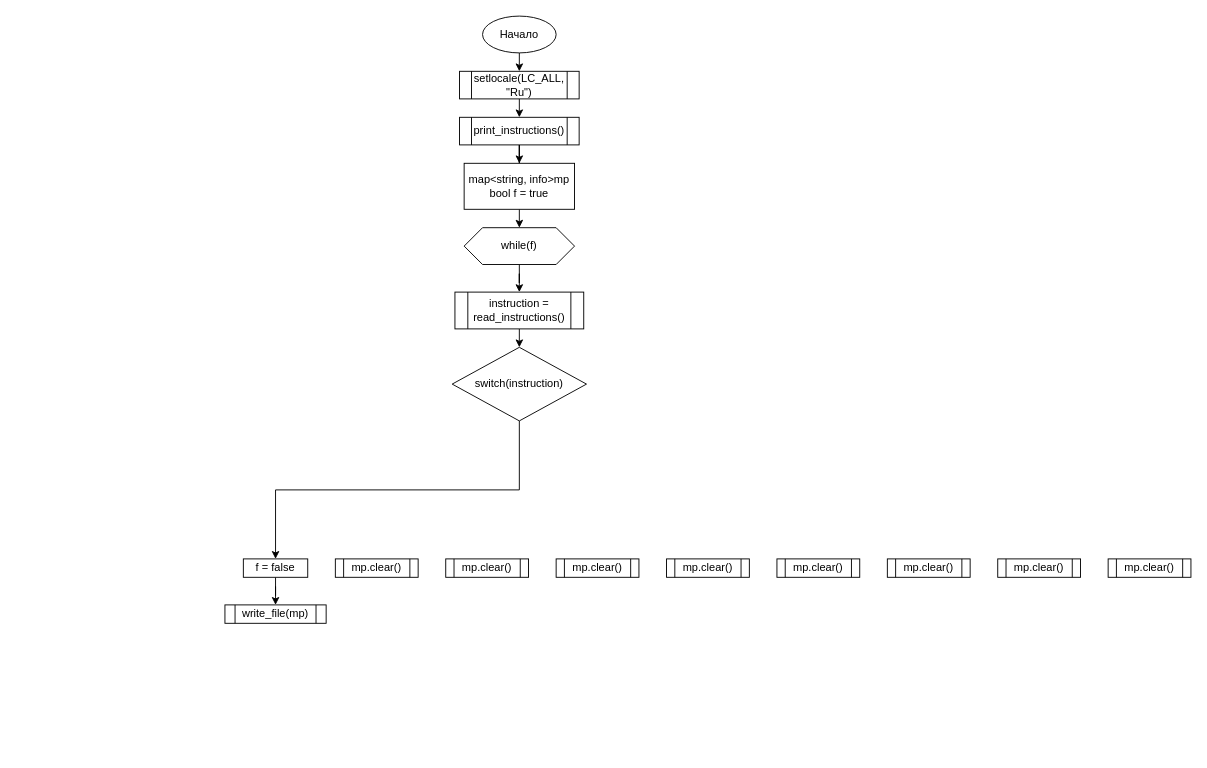
This is Algo_dann_2_curs/Kursovaya/Kursovaya_main.drawio from Idontlikeni/Uni_docs, a draw.io file, before an edit. Source tidied: cells renumbered, new cells numbered last; positions are measured from the earlier drawing's top-left corner, leaving out a move shared by most shapes. Both pictures are drawn from the tidied source at 92%, with x=0, y=0 at pixel (224, 16).
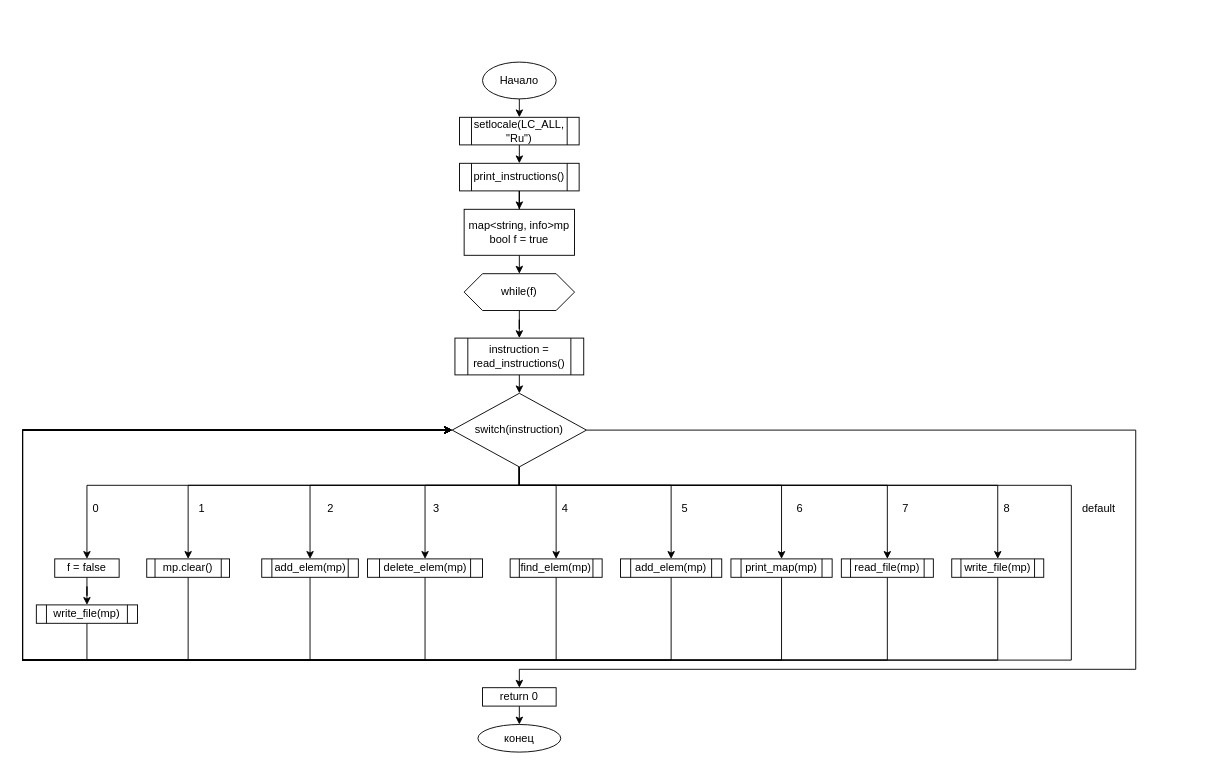
The same page after the edit.

Diff of the diagram source:
```diff
@@
     <mxCell id="3" value="Начало" style="ellipse;whiteSpace=wrap;html=1;" parent="1" vertex="1">
-      <mxGeometry x="280" width="80" height="40" as="geometry" />
+      <mxGeometry x="280" y="50" width="80" height="40" as="geometry" />
     </mxCell>
@@
     <mxCell id="5" value="setlocale(LC_ALL, &quot;Ru&quot;)" style="shape=process;whiteSpace=wrap;html=1;backgroundOutline=1;" parent="1" vertex="1">
-      <mxGeometry x="255" y="60" width="130" height="30" as="geometry" />
+      <mxGeometry x="255" y="110" width="130" height="30" as="geometry" />
     </mxCell>
@@
     <mxCell id="7" value="print_instructions()" style="shape=process;whiteSpace=wrap;html=1;backgroundOutline=1;" parent="1" vertex="1">
-      <mxGeometry x="255" y="110" width="130" height="30" as="geometry" />
+      <mxGeometry x="255" y="160" width="130" height="30" as="geometry" />
     </mxCell>
@@
     <mxCell id="9" value="map&amp;lt;string, info&amp;gt;mp&lt;div&gt;bool f = true&lt;/div&gt;" style="whiteSpace=wrap;html=1;" parent="1" vertex="1">
-      <mxGeometry x="260" y="160" width="120" height="50" as="geometry" />
+      <mxGeometry x="260" y="210" width="120" height="50" as="geometry" />
     </mxCell>
@@
     <mxCell id="11" value="while(f)" style="shape=hexagon;perimeter=hexagonPerimeter2;whiteSpace=wrap;html=1;fixedSize=1;" parent="1" vertex="1">
-      <mxGeometry x="260" y="230" width="120" height="40" as="geometry" />
+      <mxGeometry x="260" y="280" width="120" height="40" as="geometry" />
     </mxCell>
@@
     <mxCell id="13" value="instruction = read_instructions()" style="shape=process;whiteSpace=wrap;html=1;backgroundOutline=1;" parent="1" vertex="1">
-      <mxGeometry x="250" y="300" width="140" height="40" as="geometry" />
+      <mxGeometry x="250" y="350" width="140" height="40" as="geometry" />
     </mxCell>
     <mxCell id="14" style="edgeStyle=orthogonalEdgeStyle;rounded=0;jettySize=auto;html=1;exitX=0.5;exitY=1;exitDx=0;exitDy=0;entryX=0.5;entryY=0;entryDx=0;entryDy=0;" parent="1" edge="1" source="15" target="17">
-      <mxGeometry relative="1" as="geometry" />
+      <mxGeometry relative="1" as="geometry">
+        <Array as="points">
+          <mxPoint x="320" y="510" />
+          <mxPoint x="-150" y="510" />
+        </Array>
+      </mxGeometry>
     </mxCell>
+    <mxCell id="27" style="edgeStyle=orthogonalEdgeStyle;rounded=0;jettySize=auto;html=1;exitX=0.5;exitY=1;exitDx=0;exitDy=0;entryX=0.5;entryY=0;entryDx=0;entryDy=0;" parent="1" edge="1" source="15" target="19">
+      <mxGeometry relative="1" as="geometry">
+        <Array as="points">
+          <mxPoint x="320" y="510" />
+          <mxPoint x="-40" y="510" />
+        </Array>
+      </mxGeometry>
+    </mxCell>
+    <mxCell id="28" style="edgeStyle=orthogonalEdgeStyle;rounded=0;jettySize=auto;html=1;exitX=0.5;exitY=1;exitDx=0;exitDy=0;entryX=0.5;entryY=0;entryDx=0;entryDy=0;" parent="1" edge="1" source="15" target="20">
+      <mxGeometry relative="1" as="geometry">
+        <Array as="points">
+          <mxPoint x="320" y="510" />
+          <mxPoint x="93" y="510" />
+        </Array>
+      </mxGeometry>
+    </mxCell>
+    <mxCell id="29" style="edgeStyle=orthogonalEdgeStyle;rounded=0;jettySize=auto;html=1;exitX=0.5;exitY=1;exitDx=0;exitDy=0;entryX=0.5;entryY=0;entryDx=0;entryDy=0;" parent="1" edge="1" source="15" target="21">
+      <mxGeometry relative="1" as="geometry">
+        <Array as="points">
+          <mxPoint x="320" y="510" />
+          <mxPoint x="218" y="510" />
+        </Array>
+      </mxGeometry>
+    </mxCell>
+    <mxCell id="30" style="edgeStyle=orthogonalEdgeStyle;rounded=0;jettySize=auto;html=1;exitX=0.5;exitY=1;exitDx=0;exitDy=0;entryX=0.5;entryY=0;entryDx=0;entryDy=0;" parent="1" edge="1" source="15" target="22">
+      <mxGeometry relative="1" as="geometry">
+        <Array as="points">
+          <mxPoint x="320" y="510" />
+          <mxPoint x="360" y="510" />
+        </Array>
+      </mxGeometry>
+    </mxCell>
+    <mxCell id="31" style="edgeStyle=orthogonalEdgeStyle;rounded=0;jettySize=auto;html=1;exitX=0.5;exitY=1;exitDx=0;exitDy=0;entryX=0.5;entryY=0;entryDx=0;entryDy=0;" parent="1" edge="1" source="15" target="23">
+      <mxGeometry relative="1" as="geometry">
+        <Array as="points">
+          <mxPoint x="320" y="510" />
+          <mxPoint x="485" y="510" />
+        </Array>
+      </mxGeometry>
+    </mxCell>
+    <mxCell id="32" style="edgeStyle=orthogonalEdgeStyle;rounded=0;jettySize=auto;html=1;exitX=0.5;exitY=1;exitDx=0;exitDy=0;entryX=0.5;entryY=0;entryDx=0;entryDy=0;" parent="1" edge="1" source="15" target="24">
+      <mxGeometry relative="1" as="geometry">
+        <Array as="points">
+          <mxPoint x="320" y="510" />
+          <mxPoint x="605" y="510" />
+        </Array>
+      </mxGeometry>
+    </mxCell>
+    <mxCell id="33" style="edgeStyle=orthogonalEdgeStyle;rounded=0;jettySize=auto;html=1;exitX=0.5;exitY=1;exitDx=0;exitDy=0;entryX=0.5;entryY=0;entryDx=0;entryDy=0;" parent="1" edge="1" source="15" target="25">
+      <mxGeometry relative="1" as="geometry">
+        <Array as="points">
+          <mxPoint x="320" y="510" />
+          <mxPoint x="720" y="510" />
+        </Array>
+      </mxGeometry>
+    </mxCell>
+    <mxCell id="34" style="edgeStyle=orthogonalEdgeStyle;rounded=0;jettySize=auto;html=1;exitX=0.5;exitY=1;exitDx=0;exitDy=0;entryX=0.5;entryY=0;entryDx=0;entryDy=0;" parent="1" edge="1" source="15" target="26">
+      <mxGeometry relative="1" as="geometry">
+        <Array as="points">
+          <mxPoint x="320" y="510" />
+          <mxPoint x="840" y="510" />
+        </Array>
+      </mxGeometry>
+    </mxCell>
+    <mxCell id="35" style="edgeStyle=orthogonalEdgeStyle;rounded=0;jettySize=auto;html=1;exitX=1;exitY=0.5;exitDx=0;exitDy=0;entryX=0.5;entryY=0;entryDx=0;entryDy=0;" parent="1" edge="1" source="15" target="57">
+      <mxGeometry relative="1" as="geometry">
+        <Array as="points">
+          <mxPoint x="990" y="450" />
+          <mxPoint x="990" y="710" />
+          <mxPoint x="320" y="710" />
+        </Array>
+      </mxGeometry>
+    </mxCell>
     <mxCell id="15" value="switch(instruction)" style="rhombus;whiteSpace=wrap;html=1;" parent="1" vertex="1">
-      <mxGeometry x="247" y="360" width="146" height="80" as="geometry" />
+      <mxGeometry x="247" y="410" width="146" height="80" as="geometry" />
     </mxCell>
@@
     <mxCell id="17" value="f = false" style="whiteSpace=wrap;html=1;" parent="1" vertex="1">
-      <mxGeometry x="20" y="590" width="70" height="20" as="geometry" />
+      <mxGeometry x="-185" y="590" width="70" height="20" as="geometry" />
     </mxCell>
+    <mxCell id="36" style="edgeStyle=orthogonalEdgeStyle;rounded=0;jettySize=auto;html=1;exitX=0.5;exitY=1;exitDx=0;exitDy=0;entryX=0;entryY=0.5;entryDx=0;entryDy=0;" parent="1" edge="1" source="18" target="15">
+      <mxGeometry relative="1" as="geometry">
+        <Array as="points">
+          <mxPoint x="-150" y="700" />
+          <mxPoint x="-220" y="700" />
+          <mxPoint x="-220" y="450" />
+        </Array>
+      </mxGeometry>
+    </mxCell>
     <mxCell id="18" value="write_file(mp)" style="shape=process;whiteSpace=wrap;html=1;backgroundOutline=1;" parent="1" vertex="1">
-      <mxGeometry y="640" width="110" height="20" as="geometry" />
+      <mxGeometry x="-205" y="640" width="110" height="20" as="geometry" />
     </mxCell>
+    <mxCell id="37" style="edgeStyle=orthogonalEdgeStyle;rounded=0;jettySize=auto;html=1;exitX=0.5;exitY=1;exitDx=0;exitDy=0;entryX=0;entryY=0.5;entryDx=0;entryDy=0;" parent="1" edge="1" source="19" target="15">
+      <mxGeometry relative="1" as="geometry">
+        <Array as="points">
+          <mxPoint x="-40" y="700" />
+          <mxPoint x="-220" y="700" />
+          <mxPoint x="-220" y="450" />
+        </Array>
+      </mxGeometry>
+    </mxCell>
     <mxCell id="19" value="mp.clear()" style="shape=process;whiteSpace=wrap;html=1;backgroundOutline=1;" parent="1" vertex="1">
-      <mxGeometry x="120" y="590" width="90" height="20" as="geometry" />
+      <mxGeometry x="-85" y="590" width="90" height="20" as="geometry" />
     </mxCell>
+    <mxCell id="38" style="edgeStyle=orthogonalEdgeStyle;rounded=0;jettySize=auto;html=1;exitX=0.5;exitY=1;exitDx=0;exitDy=0;entryX=0;entryY=0.5;entryDx=0;entryDy=0;" parent="1" edge="1" source="20" target="15">
+      <mxGeometry relative="1" as="geometry">
+        <Array as="points">
+          <mxPoint x="92" y="700" />
+          <mxPoint x="-220" y="700" />
+          <mxPoint x="-220" y="450" />
+        </Array>
+      </mxGeometry>
+    </mxCell>
-    <mxCell id="20" value="mp.clear()" style="shape=process;whiteSpace=wrap;html=1;backgroundOutline=1;" parent="1" vertex="1">
-      <mxGeometry x="240" y="590" width="90" height="20" as="geometry" />
+    <mxCell id="20" value="add_elem(mp)" style="shape=process;whiteSpace=wrap;html=1;backgroundOutline=1;" parent="1" vertex="1">
+      <mxGeometry x="40" y="590" width="105" height="20" as="geometry" />
     </mxCell>
+    <mxCell id="39" style="edgeStyle=orthogonalEdgeStyle;rounded=0;jettySize=auto;html=1;exitX=0.5;exitY=1;exitDx=0;exitDy=0;entryX=0;entryY=0.5;entryDx=0;entryDy=0;" parent="1" edge="1" source="21" target="15">
+      <mxGeometry relative="1" as="geometry">
+        <Array as="points">
+          <mxPoint x="218" y="700" />
+          <mxPoint x="-220" y="700" />
+          <mxPoint x="-220" y="450" />
+        </Array>
+      </mxGeometry>
+    </mxCell>
-    <mxCell id="21" value="mp.clear()" style="shape=process;whiteSpace=wrap;html=1;backgroundOutline=1;" parent="1" vertex="1">
-      <mxGeometry x="360" y="590" width="90" height="20" as="geometry" />
+    <mxCell id="21" value="delete_elem(mp)" style="shape=process;whiteSpace=wrap;html=1;backgroundOutline=1;" parent="1" vertex="1">
+      <mxGeometry x="155" y="590" width="125" height="20" as="geometry" />
     </mxCell>
+    <mxCell id="40" style="edgeStyle=orthogonalEdgeStyle;rounded=0;jettySize=auto;html=1;exitX=0.5;exitY=1;exitDx=0;exitDy=0;entryX=0;entryY=0.5;entryDx=0;entryDy=0;" parent="1" edge="1" source="22" target="15">
+      <mxGeometry relative="1" as="geometry">
+        <Array as="points">
+          <mxPoint x="360" y="700" />
+          <mxPoint x="-220" y="700" />
+          <mxPoint x="-220" y="450" />
+        </Array>
+      </mxGeometry>
+    </mxCell>
-    <mxCell id="22" value="mp.clear()" style="shape=process;whiteSpace=wrap;html=1;backgroundOutline=1;" parent="1" vertex="1">
-      <mxGeometry x="480" y="590" width="90" height="20" as="geometry" />
+    <mxCell id="22" value="find_elem(mp)" style="shape=process;whiteSpace=wrap;html=1;backgroundOutline=1;" parent="1" vertex="1">
+      <mxGeometry x="310" y="590" width="100" height="20" as="geometry" />
     </mxCell>
+    <mxCell id="41" style="edgeStyle=orthogonalEdgeStyle;rounded=0;jettySize=auto;html=1;exitX=0.5;exitY=1;exitDx=0;exitDy=0;entryX=0;entryY=0.5;entryDx=0;entryDy=0;" parent="1" edge="1" source="23" target="15">
+      <mxGeometry relative="1" as="geometry">
+        <Array as="points">
+          <mxPoint x="485" y="700" />
+          <mxPoint x="-220" y="700" />
+          <mxPoint x="-220" y="450" />
+        </Array>
+      </mxGeometry>
+    </mxCell>
-    <mxCell id="23" value="mp.clear()" style="shape=process;whiteSpace=wrap;html=1;backgroundOutline=1;" parent="1" vertex="1">
-      <mxGeometry x="600" y="590" width="90" height="20" as="geometry" />
+    <mxCell id="23" value="add_elem(mp)" style="shape=process;whiteSpace=wrap;html=1;backgroundOutline=1;" parent="1" vertex="1">
+      <mxGeometry x="430" y="590" width="110" height="20" as="geometry" />
     </mxCell>
+    <mxCell id="42" style="edgeStyle=orthogonalEdgeStyle;rounded=0;jettySize=auto;html=1;exitX=0.5;exitY=1;exitDx=0;exitDy=0;entryX=0;entryY=0.5;entryDx=0;entryDy=0;" parent="1" edge="1" source="24" target="15">
+      <mxGeometry relative="1" as="geometry">
+        <Array as="points">
+          <mxPoint x="605" y="700" />
+          <mxPoint x="-220" y="700" />
+          <mxPoint x="-220" y="450" />
+        </Array>
+      </mxGeometry>
+    </mxCell>
-    <mxCell id="24" value="mp.clear()" style="shape=process;whiteSpace=wrap;html=1;backgroundOutline=1;" parent="1" vertex="1">
-      <mxGeometry x="720" y="590" width="90" height="20" as="geometry" />
+    <mxCell id="24" value="print_map(mp)" style="shape=process;whiteSpace=wrap;html=1;backgroundOutline=1;" parent="1" vertex="1">
+      <mxGeometry x="550" y="590" width="110" height="20" as="geometry" />
     </mxCell>
+    <mxCell id="43" style="edgeStyle=orthogonalEdgeStyle;rounded=0;jettySize=auto;html=1;exitX=0.5;exitY=1;exitDx=0;exitDy=0;entryX=0;entryY=0.5;entryDx=0;entryDy=0;" parent="1" edge="1" source="25" target="15">
+      <mxGeometry relative="1" as="geometry">
+        <Array as="points">
+          <mxPoint x="720" y="700" />
+          <mxPoint x="-220" y="700" />
+          <mxPoint x="-220" y="450" />
+        </Array>
+      </mxGeometry>
+    </mxCell>
-    <mxCell id="25" value="mp.clear()" style="shape=process;whiteSpace=wrap;html=1;backgroundOutline=1;" parent="1" vertex="1">
-      <mxGeometry x="840" y="590" width="90" height="20" as="geometry" />
+    <mxCell id="25" value="read_file(mp)" style="shape=process;whiteSpace=wrap;html=1;backgroundOutline=1;" parent="1" vertex="1">
+      <mxGeometry x="670" y="590" width="100" height="20" as="geometry" />
     </mxCell>
+    <mxCell id="44" style="edgeStyle=orthogonalEdgeStyle;rounded=0;jettySize=auto;html=1;exitX=0.5;exitY=1;exitDx=0;exitDy=0;entryX=0;entryY=0.5;entryDx=0;entryDy=0;" parent="1" edge="1" source="26" target="15">
+      <mxGeometry relative="1" as="geometry">
+        <Array as="points">
+          <mxPoint x="840" y="700" />
+          <mxPoint x="-220" y="700" />
+          <mxPoint x="-220" y="450" />
+        </Array>
+      </mxGeometry>
+    </mxCell>
-    <mxCell id="26" value="mp.clear()" style="shape=process;whiteSpace=wrap;html=1;backgroundOutline=1;" parent="1" vertex="1">
-      <mxGeometry x="960" y="590" width="90" height="20" as="geometry" />
+    <mxCell id="26" value="write_file(mp)" style="shape=process;whiteSpace=wrap;html=1;backgroundOutline=1;" parent="1" vertex="1">
+      <mxGeometry x="790" y="590" width="100" height="20" as="geometry" />
     </mxCell>
+    <mxCell id="45" value="0" style="text;html=1;align=center;verticalAlign=middle;whiteSpace=wrap;rounded=0;" parent="1" vertex="1">
+      <mxGeometry x="-170" y="520" width="60" height="30" as="geometry" />
+    </mxCell>
+    <mxCell id="46" value="1" style="text;html=1;align=center;verticalAlign=middle;whiteSpace=wrap;rounded=0;" parent="1" vertex="1">
+      <mxGeometry x="-55" y="520" width="60" height="30" as="geometry" />
+    </mxCell>
+    <mxCell id="47" value="2" style="text;html=1;align=center;verticalAlign=middle;whiteSpace=wrap;rounded=0;" parent="1" vertex="1">
+      <mxGeometry x="85" y="520" width="60" height="30" as="geometry" />
+    </mxCell>
+    <mxCell id="48" value="3" style="text;html=1;align=center;verticalAlign=middle;whiteSpace=wrap;rounded=0;" parent="1" vertex="1">
+      <mxGeometry x="200" y="520" width="60" height="30" as="geometry" />
+    </mxCell>
+    <mxCell id="49" value="4" style="text;html=1;align=center;verticalAlign=middle;whiteSpace=wrap;rounded=0;" parent="1" vertex="1">
+      <mxGeometry x="340" y="520" width="60" height="30" as="geometry" />
+    </mxCell>
+    <mxCell id="50" value="5" style="text;html=1;align=center;verticalAlign=middle;whiteSpace=wrap;rounded=0;" parent="1" vertex="1">
+      <mxGeometry x="470" y="520" width="60" height="30" as="geometry" />
+    </mxCell>
+    <mxCell id="51" value="6" style="text;html=1;align=center;verticalAlign=middle;whiteSpace=wrap;rounded=0;" parent="1" vertex="1">
+      <mxGeometry x="595" y="520" width="60" height="30" as="geometry" />
+    </mxCell>
+    <mxCell id="52" value="7" style="text;html=1;align=center;verticalAlign=middle;whiteSpace=wrap;rounded=0;" parent="1" vertex="1">
+      <mxGeometry x="710" y="520" width="60" height="30" as="geometry" />
+    </mxCell>
+    <mxCell id="53" value="8" style="text;html=1;align=center;verticalAlign=middle;whiteSpace=wrap;rounded=0;" parent="1" vertex="1">
+      <mxGeometry x="820" y="520" width="60" height="30" as="geometry" />
+    </mxCell>
+    <mxCell id="54" style="edgeStyle=orthogonalEdgeStyle;rounded=0;orthogonalLoop=1;jettySize=auto;html=1;exitX=0.5;exitY=1;exitDx=0;exitDy=0;entryX=0;entryY=0.5;entryDx=0;entryDy=0;" parent="1" edge="1" source="15" target="15">
+      <mxGeometry relative="1" as="geometry">
+        <Array as="points">
+          <mxPoint x="320" y="510" />
+          <mxPoint x="920" y="510" />
+          <mxPoint x="920" y="700" />
+          <mxPoint x="-220" y="700" />
+          <mxPoint x="-220" y="450" />
+        </Array>
+      </mxGeometry>
+    </mxCell>
+    <mxCell id="55" value="default" style="text;html=1;align=center;verticalAlign=middle;whiteSpace=wrap;rounded=0;" parent="1" vertex="1">
+      <mxGeometry x="920" y="520" width="60" height="30" as="geometry" />
+    </mxCell>
+    <mxCell id="56" style="edgeStyle=orthogonalEdgeStyle;rounded=0;jettySize=auto;html=1;exitX=0.5;exitY=1;exitDx=0;exitDy=0;entryX=0.5;entryY=0;entryDx=0;entryDy=0;" parent="1" edge="1" source="57" target="58">
+      <mxGeometry relative="1" as="geometry" />
+    </mxCell>
+    <mxCell id="57" value="return 0" style="rounded=0;whiteSpace=wrap;html=1;" parent="1" vertex="1">
+      <mxGeometry x="280" y="730" width="80" height="20" as="geometry" />
+    </mxCell>
+    <mxCell id="58" value="конец" style="ellipse;whiteSpace=wrap;html=1;" parent="1" vertex="1">
+      <mxGeometry x="275" y="770" width="90" height="30" as="geometry" />
+    </mxCell>
```
